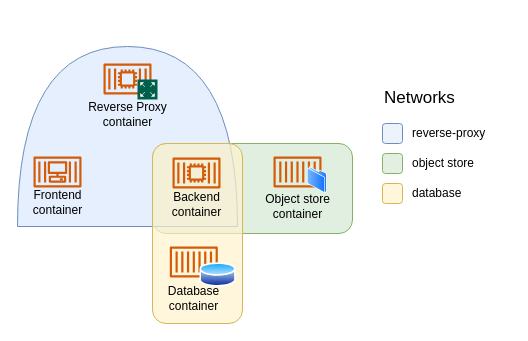
mugartec/Swarm-Adventures keeps this draw.io diagram as images/source/overlay-networks.drawio. Above is the earlier version. Source tidied: cells renumbered, new cells numbered last; positions are measured from the earlier drawing's top-left corner, leaving out a move shared by most shapes. Both pictures are drawn from the tidied source at 100%, with x=0, y=0 at pixel (27, 26).
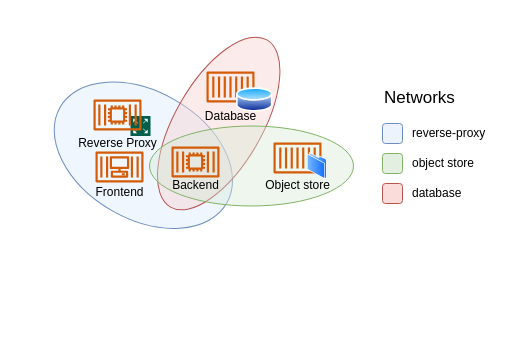
After the change.

Unchanged cells that the change refers to:
```xml
<mxCell id="16" style="group;" parent="1" vertex="1">
  <mxGeometry x="355" y="97" width="128" height="110" as="geometry" />
</mxCell>
```

Change to the diagram source:
```diff
@@
-    <mxCell id="2" style="rounded=1;whiteSpace=wrap;html=1;fillColor=#d5e8d4;strokeColor=#82b366;gradientColor=none;fillOpacity=70;" parent="1" vertex="1">
-      <mxGeometry x="125" y="117" width="200" height="90" as="geometry" />
-    </mxCell>
-    <mxCell id="3" style="group;" parent="1" vertex="1">
-      <mxGeometry y="130" width="190" height="90" as="geometry" />
-    </mxCell>
-    <mxCell id="4" style="shape=or;whiteSpace=wrap;html=1;fontSize=17;fillColor=#dae8fc;rotation=-90;strokeColor=#6c8ebf;fillOpacity=70;" parent="3" vertex="1">
-      <mxGeometry x="10" y="-130" width="180" height="220" as="geometry" />
-    </mxCell>
-    <mxCell id="5" value="Frontend&lt;br&gt;container" style="text;html=1;align=center;verticalAlign=middle;strokeColor=none;fillColor=none;" parent="3" vertex="1">
-      <mxGeometry y="31" width="60" height="30" as="geometry" />
-    </mxCell>
-    <mxCell id="6" style="sketch=0;fontColor=#232F3E;gradientColor=none;fillColor=#D45B07;strokeColor=none;dashed=0;verticalLabelPosition=bottom;verticalAlign=top;align=center;html=1;fontSize=12;fontStyle=0;shape=mxgraph.aws4.container_3;" parent="3" vertex="1">
-      <mxGeometry x="6" width="48" height="31" as="geometry" />
-    </mxCell>
-    <mxCell id="7" style="rounded=1;whiteSpace=wrap;html=1;fillColor=#fff2cc;strokeColor=#d6b656;fillOpacity=70;" parent="1" vertex="1">
-      <mxGeometry x="125" y="117" width="90" height="180" as="geometry" />
-    </mxCell>
-    <mxCell id="8" style="group;fillOpacity=70;" parent="1" vertex="1">
-      <mxGeometry x="55" y="37" width="90" height="66" as="geometry" />
-    </mxCell>
-    <mxCell id="9" style="sketch=0;fontColor=#232F3E;gradientColor=none;fillColor=#D45B07;strokeColor=none;dashed=0;verticalLabelPosition=bottom;verticalAlign=top;align=center;html=1;fontSize=12;fontStyle=0;shape=mxgraph.aws4.container_2;" parent="8" vertex="1">
-      <mxGeometry x="21" width="48" height="31" as="geometry" />
-    </mxCell>
-    <mxCell id="10" style="sketch=0;shadow=0;dashed=0;html=1;strokeColor=none;fillColor=#005F4B;labelPosition=center;verticalLabelPosition=bottom;verticalAlign=top;align=center;shape=mxgraph.veeam2.network_proxy;" parent="8" vertex="1">
-      <mxGeometry x="55" y="16" width="20" height="20" as="geometry" />
-    </mxCell>
-    <mxCell id="11" value="Reverse Proxy&lt;br&gt;container" style="text;html=1;align=center;verticalAlign=middle;strokeColor=none;fillColor=none;" parent="8" vertex="1">
-      <mxGeometry y="36" width="90" height="30" as="geometry" />
-    </mxCell>
+    <mxCell id="31" style="ellipse;whiteSpace=wrap;html=1;fontSize=17;fillColor=#dae8fc;rotation=30;strokeColor=#6c8ebf;fillOpacity=40;" parent="1" vertex="1">
+      <mxGeometry x="19.7" y="65.1" width="192.3" height="127.3" as="geometry" />
+    </mxCell>
+    <mxCell id="32" style="ellipse;whiteSpace=wrap;html=1;fontSize=17;fillColor=#f8cecc;strokeColor=#b85450;fillOpacity=40;rotation=-60;" parent="1" vertex="1">
+      <mxGeometry x="94.7" y="53.5" width="193" height="87" as="geometry" />
+    </mxCell>
+    <mxCell id="33" style="ellipse;whiteSpace=wrap;html=1;fontSize=17;fillColor=#d5e8d4;strokeColor=#82b366;fillOpacity=40;" parent="1" vertex="1">
+      <mxGeometry x="122" y="99.5" width="204" height="80" as="geometry" />
+    </mxCell>
     <mxCell id="12" style="group;" parent="1" vertex="1">
-      <mxGeometry x="230" y="130" width="80" height="65" as="geometry" />
+      <mxGeometry x="230" y="116" width="80" height="65" as="geometry" />
     </mxCell>
@@
-    <mxCell id="15" value="Object store&lt;br&gt;container" style="text;html=1;align=center;verticalAlign=middle;strokeColor=none;fillColor=none;" parent="12" vertex="1">
-      <mxGeometry y="35" width="80" height="30" as="geometry" />
+    <mxCell id="15" value="Object store" style="text;html=1;align=center;verticalAlign=middle;strokeColor=none;fillColor=none;" parent="12" vertex="1">
+      <mxGeometry y="33" width="80" height="20" as="geometry" />
     </mxCell>
@@
-    <mxCell id="19" style="rounded=1;whiteSpace=wrap;html=1;fillColor=#fff2cc;strokeColor=#d6b656;fillOpacity=70;" parent="16" vertex="1">
+    <mxCell id="19" style="rounded=1;whiteSpace=wrap;html=1;fillColor=#f8cecc;strokeColor=#b85450;fillOpacity=70;" parent="16" vertex="1">
       <mxGeometry y="60" width="20" height="20" as="geometry" />
     </mxCell>
@@
     <mxCell id="24" style="group;" parent="1" vertex="1">
-      <mxGeometry x="131.3" y="220" width="77.5" height="67" as="geometry" />
+      <mxGeometry x="170" y="47" width="77.5" height="67" as="geometry" />
     </mxCell>
+    <mxCell id="34" style="group;" parent="24" vertex="1">
+      <mxGeometry x="-2" y="-2" width="77.5" height="55" as="geometry" />
+    </mxCell>
-    <mxCell id="25" style="sketch=0;fontColor=#232F3E;gradientColor=none;fillColor=#D45B07;strokeColor=none;dashed=0;verticalLabelPosition=bottom;verticalAlign=top;align=center;html=1;fontSize=12;fontStyle=0;shape=mxgraph.aws4.container_1;" parent="24" vertex="1">
+    <mxCell id="25" style="sketch=0;fontColor=#232F3E;gradientColor=none;fillColor=#D45B07;strokeColor=none;dashed=0;verticalLabelPosition=bottom;verticalAlign=top;align=center;html=1;fontSize=12;fontStyle=0;shape=mxgraph.aws4.container_1;" parent="34" vertex="1">
       <mxGeometry x="11" width="48" height="31" as="geometry" />
     </mxCell>
-    <mxCell id="26" style="perimeter=ellipsePerimeter;html=1;align=center;shadow=0;dashed=0;spacingTop=3;image;image=img/lib/active_directory/database.svg;" parent="24" vertex="1">
+    <mxCell id="26" style="perimeter=ellipsePerimeter;html=1;align=center;shadow=0;dashed=0;spacingTop=3;image;image=img/lib/active_directory/database.svg;" parent="34" vertex="1">
       <mxGeometry x="41" y="15" width="36.5" height="27" as="geometry" />
     </mxCell>
-    <mxCell id="27" value="Database&lt;br&gt;container" style="text;html=1;align=center;verticalAlign=middle;strokeColor=none;fillColor=none;" parent="24" vertex="1">
-      <mxGeometry y="37" width="70" height="30" as="geometry" />
+    <mxCell id="27" value="Database" style="text;html=1;align=center;verticalAlign=middle;strokeColor=none;fillColor=none;" parent="34" vertex="1">
+      <mxGeometry y="35" width="70" height="20" as="geometry" />
     </mxCell>
-    <mxCell id="28" style="group;" parent="1" vertex="1">
-      <mxGeometry x="139" y="131" width="60" height="62" as="geometry" />
-    </mxCell>
+    <mxCell id="35" style="group;" parent="1" vertex="1">
+      <mxGeometry x="62" y="125" width="60" height="61" as="geometry" />
+    </mxCell>
+    <mxCell id="5" value="Frontend" style="text;html=1;align=center;verticalAlign=middle;strokeColor=none;fillColor=none;" parent="35" vertex="1">
+      <mxGeometry y="31" width="60" height="20" as="geometry" />
+    </mxCell>
+    <mxCell id="6" style="sketch=0;fontColor=#232F3E;gradientColor=none;fillColor=#D45B07;strokeColor=none;dashed=0;verticalLabelPosition=bottom;verticalAlign=top;align=center;html=1;fontSize=12;fontStyle=0;shape=mxgraph.aws4.container_3;" parent="35" vertex="1">
+      <mxGeometry x="6" width="48" height="31" as="geometry" />
+    </mxCell>
-    <mxCell id="29" value="Backend&lt;br&gt;container" style="text;html=1;align=center;verticalAlign=middle;strokeColor=none;fillColor=none;" parent="28" vertex="1">
-      <mxGeometry y="32" width="60" height="30" as="geometry" />
+    <mxCell id="29" value="Backend" style="text;html=1;align=center;verticalAlign=middle;strokeColor=none;fillColor=none;" parent="1" vertex="1">
+      <mxGeometry x="138" y="149" width="60" height="20" as="geometry" />
     </mxCell>
-    <mxCell id="30" style="sketch=0;fontColor=#232F3E;gradientColor=none;fillColor=#D45B07;strokeColor=none;dashed=0;verticalLabelPosition=bottom;verticalAlign=top;align=center;html=1;fontSize=12;fontStyle=0;shape=mxgraph.aws4.container_2;" parent="28" vertex="1">
-      <mxGeometry x="6" width="48" height="31" as="geometry" />
+    <mxCell id="30" style="sketch=0;fontColor=#232F3E;gradientColor=none;fillColor=#D45B07;strokeColor=none;dashed=0;verticalLabelPosition=bottom;verticalAlign=top;align=center;html=1;fontSize=12;fontStyle=0;shape=mxgraph.aws4.container_2;" parent="1" vertex="1">
+      <mxGeometry x="144" y="120" width="48" height="31" as="geometry" />
     </mxCell>
+    <mxCell id="36" style="group;" parent="1" vertex="1">
+      <mxGeometry x="45" y="73" width="90" height="54" as="geometry" />
+    </mxCell>
+    <mxCell id="10" style="sketch=0;shadow=0;dashed=0;html=1;strokeColor=none;fillColor=#005F4B;labelPosition=center;verticalLabelPosition=bottom;verticalAlign=top;align=center;shape=mxgraph.veeam2.network_proxy;" parent="36" vertex="1">
+      <mxGeometry x="58" y="16.5" width="20" height="20" as="geometry" />
+    </mxCell>
+    <mxCell id="9" style="sketch=0;fontColor=#232F3E;gradientColor=none;fillColor=#D45B07;strokeColor=none;dashed=0;verticalLabelPosition=bottom;verticalAlign=top;align=center;html=1;fontSize=12;fontStyle=0;shape=mxgraph.aws4.container_2;" parent="36" vertex="1">
+      <mxGeometry x="21" width="48" height="31" as="geometry" />
+    </mxCell>
+    <mxCell id="11" value="Reverse Proxy&lt;br&gt;" style="text;html=1;align=center;verticalAlign=middle;strokeColor=none;fillColor=none;" parent="36" vertex="1">
+      <mxGeometry y="34" width="90" height="20" as="geometry" />
+    </mxCell>
```
